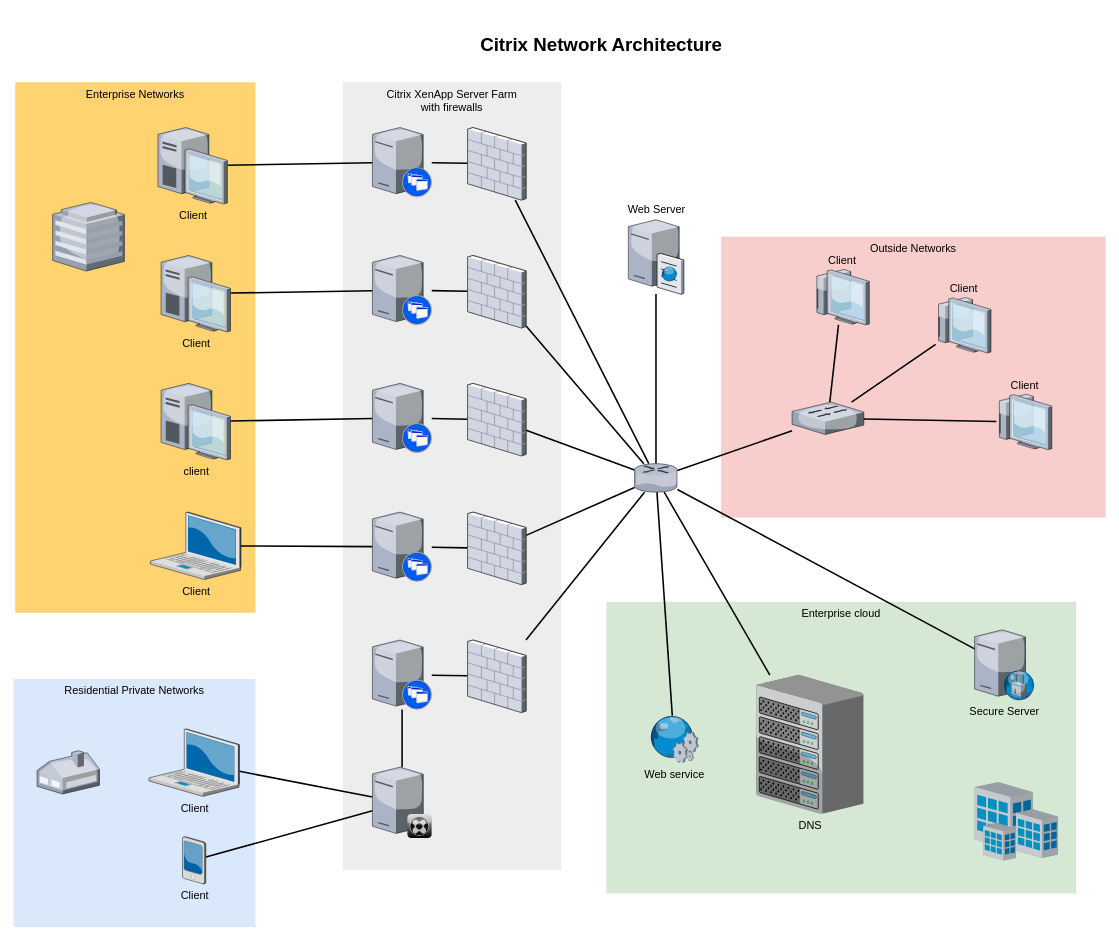
The draw.io diagram Diagrama sin título.drawio in YOviedo-2402/hello-git, before the edit. Source tidied: cells renumbered, new cells numbered last; positions are measured from the earlier drawing's top-left corner, leaving out a move shared by most shapes. Both pictures are drawn from the tidied source at 78%, with x=0, y=0 at pixel (13, 29).
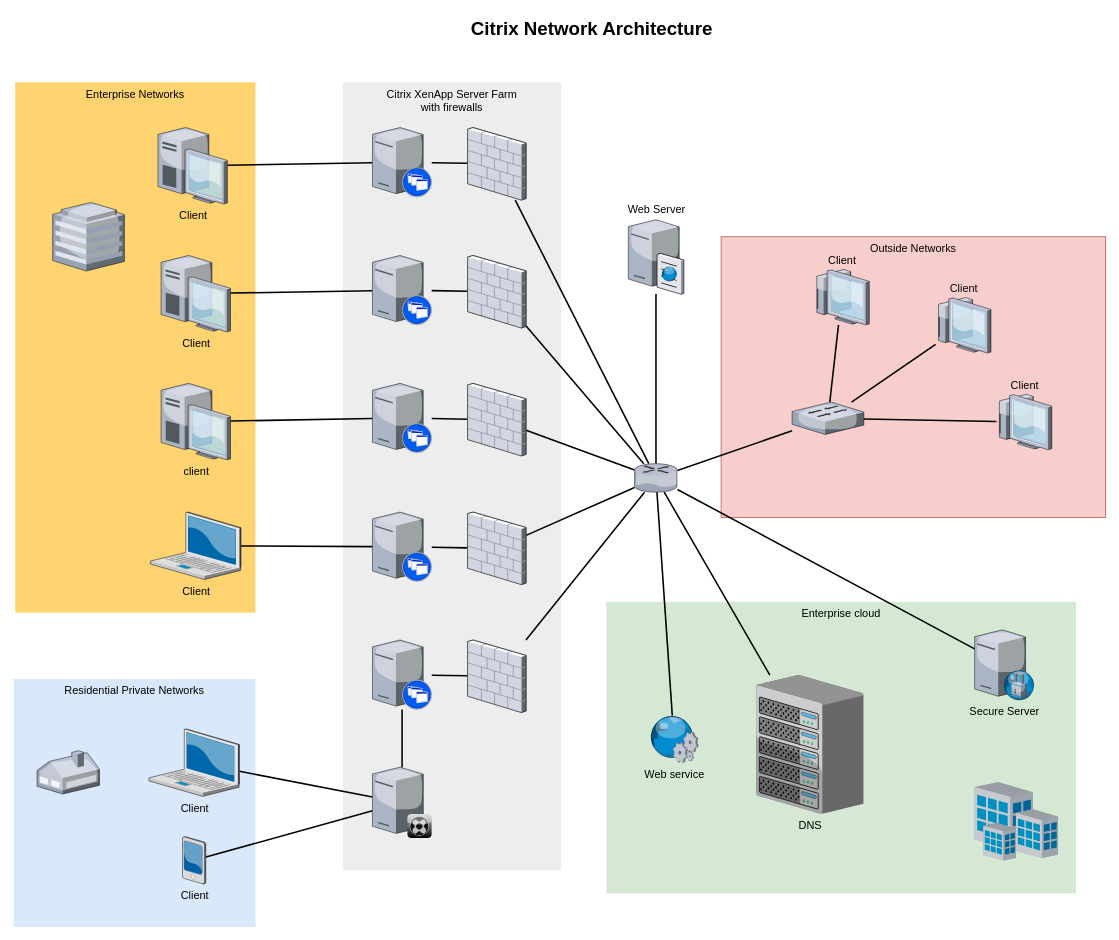
After the change.

Commit message:
Diagrama de Red

Change to the diagram source:
```diff
@@
-    <mxCell id="2" value="Outside Networks" style="whiteSpace=wrap;html=1;fillColor=#f8cecc;fontSize=14;strokeColor=none;verticalAlign=top;" parent="1" vertex="1">
+    <mxCell id="2" value="Outside Networks" style="whiteSpace=wrap;html=1;fillColor=#f8cecc;fontSize=14;strokeColor=#b85450;verticalAlign=top;" parent="1" vertex="1">
       <mxGeometry x="907" y="266" width="493" height="360" as="geometry" />
     </mxCell>
@@
     <mxCell id="61" value="Citrix Network Architecture" style="text;strokeColor=none;fillColor=none;html=1;fontSize=24;fontStyle=1;verticalAlign=middle;align=center;" parent="1" vertex="1">
-      <mxGeometry x="322" width="861" height="40" as="geometry" />
+      <mxGeometry x="310" y="-20" width="861" height="40" as="geometry" />
     </mxCell>
```
